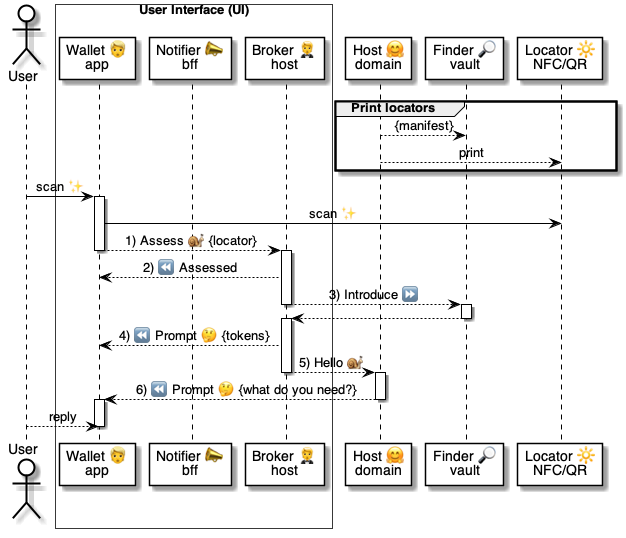
pollyweb-org/pollyweb-docs keeps this PlantUML diagram as 5 ⏩ Flows/90 🧑‍🦰👉 Wallets/15 👉🔆 Locators/.📎 Assets/⚙️🤗 Host QR.png. Above is the earlier version. Its source is kept beside it as 5 ⏩ Flows/90 🧑‍🦰👉 Wallets/15 👉🔆 Locators/.📎 Assets/⚙️🤗 Host QR.puml.
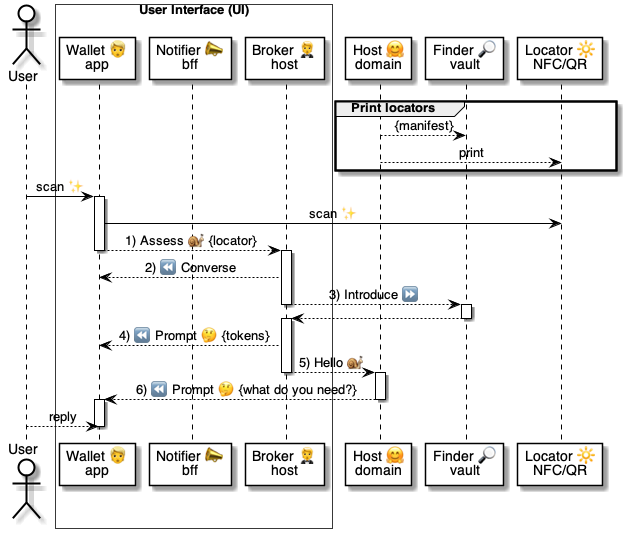
The same file after the commit.

What changed in the source:
```diff
@@ -28,7 +28,7 @@
 activate broker
 
 
-        broker --> wallet: 2) ⏪ Assessed
+        broker --> wallet: 2) ⏪ Converse
 
 
         broker --> finder: 3) Introduce ⏩
```
